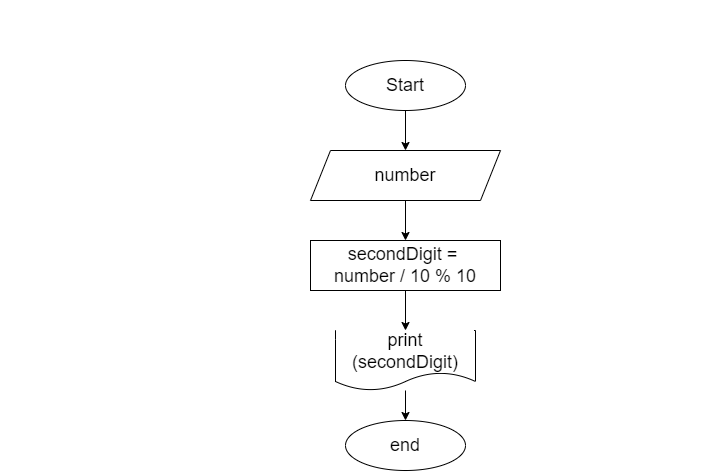
This is Task_10/diagram.drawio.png from L-manakov/C-sharp, a draw.io export, as it was before one commit. Source tidied: cells renumbered, new cells last; positions are measured from the earlier drawing's top-left corner, leaving out a move shared by most shapes.
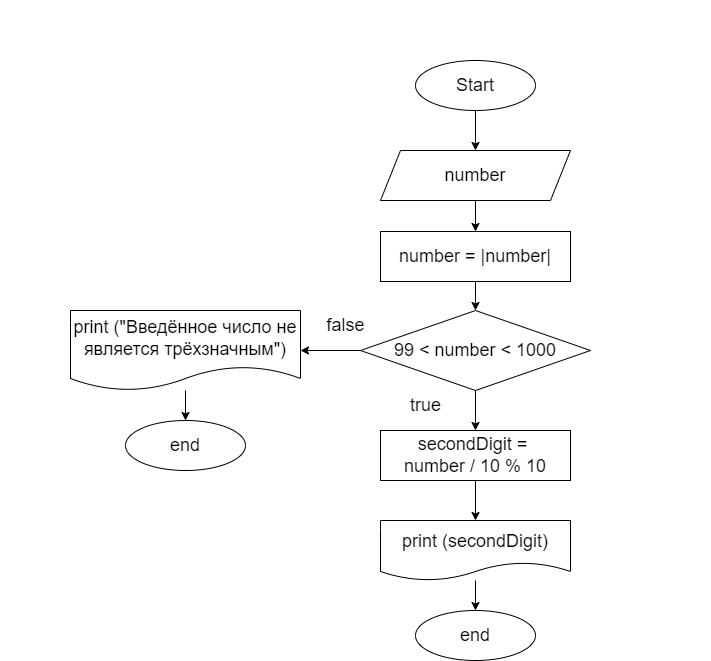
Above is the later version.

Diff of the diagram source:
```diff
@@ -9,28 +9,58 @@
       <mxGeometry relative="1" as="geometry" />
     </mxCell>
     <mxCell id="4" value="Start" style="ellipse;whiteSpace=wrap;html=1;labelBackgroundColor=#FFFFFF;fontSize=18;fontColor=#000000;labelBorderColor=none;" parent="1" vertex="1">
-      <mxGeometry x="345" y="60" width="120" height="50" as="geometry" />
+      <mxGeometry x="415" y="60" width="120" height="50" as="geometry" />
     </mxCell>
-    <mxCell id="5" style="edgeStyle=none;html=1;fontSize=18;fontColor=#000000;labelBackgroundColor=#FFFFFF;labelBorderColor=none;" parent="1" edge="1" source="6" target="8">
-      <mxGeometry relative="1" as="geometry" />
-    </mxCell>
+    <mxCell id="12" style="edgeStyle=none;html=1;" parent="1" edge="1" source="6" target="14">
+      <mxGeometry relative="1" as="geometry" />
+    </mxCell>
     <mxCell id="6" value="number" style="shape=parallelogram;perimeter=parallelogramPerimeter;whiteSpace=wrap;html=1;fixedSize=1;labelBackgroundColor=#FFFFFF;fontSize=18;fontColor=#000000;labelBorderColor=none;" parent="1" vertex="1">
-      <mxGeometry x="310" y="150" width="190" height="50" as="geometry" />
+      <mxGeometry x="380" y="150" width="190" height="50" as="geometry" />
     </mxCell>
     <mxCell id="7" style="edgeStyle=none;html=1;fontSize=18;fontColor=#FFFFFF;" parent="1" edge="1" source="8" target="10">
       <mxGeometry relative="1" as="geometry" />
     </mxCell>
     <mxCell id="8" value="secondDigit =&amp;nbsp;&lt;br&gt;number / 10 % 10" style="rounded=0;whiteSpace=wrap;html=1;labelBackgroundColor=#FFFFFF;fontSize=18;fontColor=#000000;labelBorderColor=none;" parent="1" vertex="1">
-      <mxGeometry x="310" y="240" width="190" height="50" as="geometry" />
+      <mxGeometry x="380" y="430" width="190" height="50" as="geometry" />
     </mxCell>
     <mxCell id="9" style="edgeStyle=none;html=1;fontSize=18;fontColor=#000000;labelBackgroundColor=#FFFFFF;labelBorderColor=none;" parent="1" edge="1" source="10" target="11">
       <mxGeometry relative="1" as="geometry" />
     </mxCell>
     <mxCell id="10" value="print (secondDigit)" style="shape=document;whiteSpace=wrap;html=1;boundedLbl=1;labelBackgroundColor=#FFFFFF;fontSize=18;fontColor=#000000;labelBorderColor=none;" parent="1" vertex="1">
-      <mxGeometry x="335" y="330" width="140" height="60" as="geometry" />
+      <mxGeometry x="380" y="520" width="190" height="60" as="geometry" />
     </mxCell>
     <mxCell id="11" value="end" style="ellipse;whiteSpace=wrap;html=1;labelBackgroundColor=#FFFFFF;fontSize=18;fontColor=#000000;labelBorderColor=none;" parent="1" vertex="1">
-      <mxGeometry x="345" y="420" width="120" height="50" as="geometry" />
+      <mxGeometry x="415" y="610" width="120" height="50" as="geometry" />
     </mxCell>
+    <mxCell id="13" style="edgeStyle=none;html=1;" parent="1" edge="1" source="14" target="17">
+      <mxGeometry relative="1" as="geometry" />
+    </mxCell>
+    <mxCell id="14" value="number = |number|" style="rounded=0;whiteSpace=wrap;html=1;labelBackgroundColor=#FFFFFF;fontSize=18;fontColor=#000000;labelBorderColor=none;" parent="1" vertex="1">
+      <mxGeometry x="380" y="231" width="190" height="50" as="geometry" />
+    </mxCell>
+    <mxCell id="15" style="edgeStyle=none;html=1;" parent="1" edge="1" source="17" target="8">
+      <mxGeometry relative="1" as="geometry" />
+    </mxCell>
+    <mxCell id="16" style="edgeStyle=none;html=1;fontSize=18;fontColor=#000000;" parent="1" edge="1" source="17" target="20">
+      <mxGeometry relative="1" as="geometry" />
+    </mxCell>
+    <mxCell id="17" value="&lt;font color=&quot;#000000&quot; style=&quot;font-size: 18px ; background-color: rgb(255 , 255 , 255)&quot;&gt;99 &amp;lt; number &amp;lt; 1000&lt;/font&gt;" style="rhombus;whiteSpace=wrap;html=1;" parent="1" vertex="1">
+      <mxGeometry x="360" y="310" width="230" height="80" as="geometry" />
+    </mxCell>
+    <mxCell id="18" value="&lt;span style=&quot;background-color: rgb(255 , 255 , 255)&quot;&gt;true&lt;/span&gt;" style="text;html=1;align=center;verticalAlign=middle;strokeColor=none;fillColor=none;fontSize=18;fontColor=#000000;" parent="1" vertex="1">
+      <mxGeometry x="400" y="390" width="50" height="30" as="geometry" />
+    </mxCell>
+    <mxCell id="19" style="edgeStyle=none;html=1;fontSize=18;fontColor=#000000;labelBackgroundColor=#FFFFFF;labelBorderColor=none;" parent="1" edge="1" source="20" target="21">
+      <mxGeometry relative="1" as="geometry" />
+    </mxCell>
+    <mxCell id="20" value="&lt;font style=&quot;font-size: 18px&quot;&gt;print (&quot;Введённое число не является трёхзначным&quot;)&lt;/font&gt;" style="shape=document;whiteSpace=wrap;html=1;boundedLbl=1;labelBackgroundColor=#FFFFFF;fontSize=18;fontColor=#000000;labelBorderColor=none;" parent="1" vertex="1">
+      <mxGeometry x="70" y="310" width="230" height="80" as="geometry" />
+    </mxCell>
+    <mxCell id="21" value="end" style="ellipse;whiteSpace=wrap;html=1;labelBackgroundColor=#FFFFFF;fontSize=18;fontColor=#000000;labelBorderColor=none;" parent="1" vertex="1">
+      <mxGeometry x="125" y="420" width="120" height="50" as="geometry" />
+    </mxCell>
+    <mxCell id="22" value="&lt;span style=&quot;background-color: rgb(255 , 255 , 255)&quot;&gt;false&lt;/span&gt;" style="text;html=1;align=center;verticalAlign=middle;strokeColor=none;fillColor=none;fontSize=18;fontColor=#000000;" parent="1" vertex="1">
+      <mxGeometry x="320" y="310" width="50" height="30" as="geometry" />
+    </mxCell>
   </root>
 </mxGraphModel>
```
